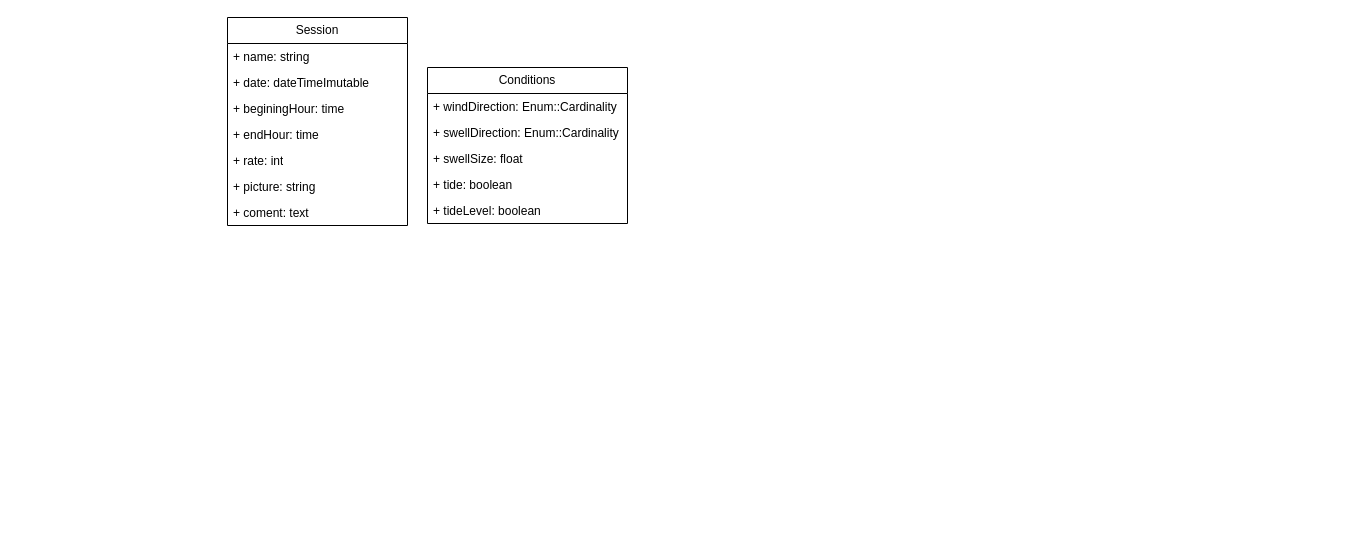
Before: docs/diagrams/diagrammeMCV.drawio in AlexPapail/ride_the_best, a draw.io diagram. Source tidied: cells renumbered, new cells numbered last; positions are measured from the earlier drawing's top-left corner, leaving out a move shared by most shapes. Both pictures are drawn from the tidied source at 100%, with x=0, y=0 at pixel (227, 17).
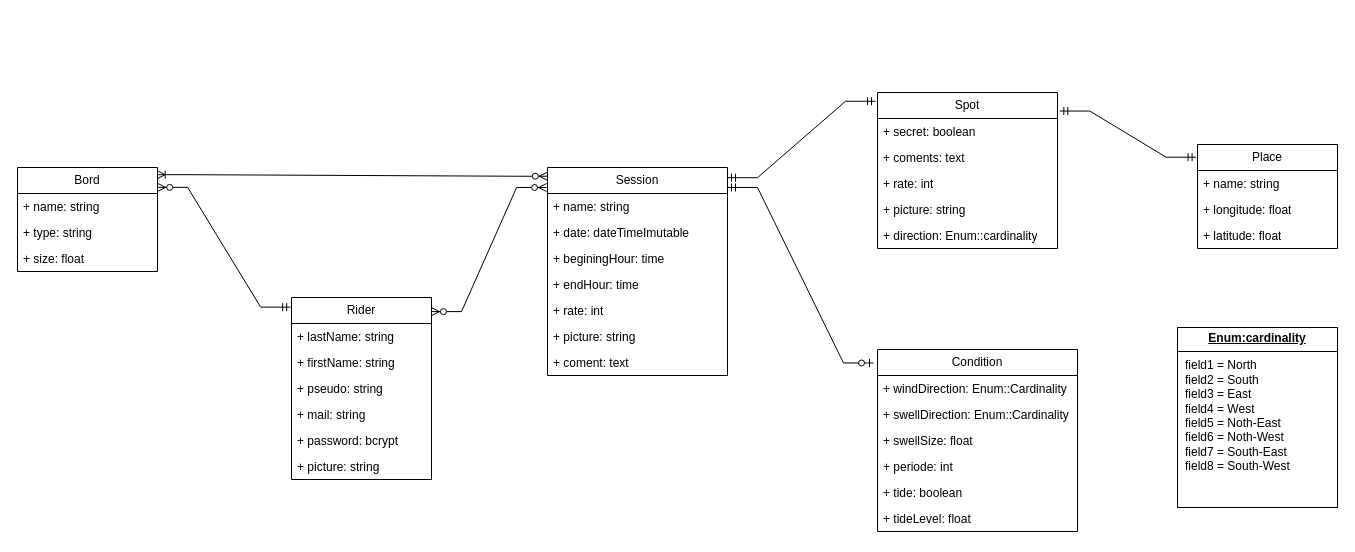
The same diagram, later.

Commit message:
Mettre à jour diagrammeMCV.drawio

Change to the diagram source:
```diff
@@
     <mxCell id="2" value="Session" style="swimlane;fontStyle=0;horizontal=1;startSize=26;fillColor=none;whiteSpace=wrap;html=1;" parent="1" vertex="1">
-      <mxGeometry width="180" height="208" as="geometry" />
+      <mxGeometry x="320" y="150" width="180" height="208" as="geometry" />
     </mxCell>
@@
-    <mxCell id="10" value="Conditions" style="swimlane;fontStyle=0;horizontal=1;startSize=26;fillColor=none;whiteSpace=wrap;html=1;" parent="1" vertex="1">
-      <mxGeometry x="200" y="50" width="200" height="156" as="geometry" />
+    <mxCell id="10" value="Condition" style="swimlane;fontStyle=0;horizontal=1;startSize=26;fillColor=none;whiteSpace=wrap;html=1;" parent="1" vertex="1">
+      <mxGeometry x="650" y="332" width="200" height="182" as="geometry" />
     </mxCell>
@@
+    <mxCell id="15" value="+ periode: int" style="text;strokeColor=none;fillColor=none;align=left;verticalAlign=top;spacingLeft=4;spacingRight=4;overflow=hidden;whiteSpace=wrap;html=1;" parent="10" vertex="1">
+      <mxGeometry y="104" width="200" height="26" as="geometry" />
+    </mxCell>
     <mxCell id="14" value="+ tide: boolean" style="text;strokeColor=none;fillColor=none;align=left;verticalAlign=top;spacingLeft=4;spacingRight=4;overflow=hidden;whiteSpace=wrap;html=1;" parent="10" vertex="1">
-      <mxGeometry y="104" width="200" height="26" as="geometry" />
+      <mxGeometry y="130" width="200" height="26" as="geometry" />
     </mxCell>
-    <mxCell id="15" value="+ tideLevel: boolean" style="text;strokeColor=none;fillColor=none;align=left;verticalAlign=top;spacingLeft=4;spacingRight=4;overflow=hidden;whiteSpace=wrap;html=1;" parent="10" vertex="1">
-      <mxGeometry y="130" width="200" height="26" as="geometry" />
-    </mxCell>
+    <mxCell id="16" value="+ tideLevel: float" style="text;strokeColor=none;fillColor=none;align=left;verticalAlign=top;spacingLeft=4;spacingRight=4;overflow=hidden;whiteSpace=wrap;html=1;" parent="10" vertex="1">
+      <mxGeometry y="156" width="200" height="26" as="geometry" />
+    </mxCell>
+    <mxCell id="17" value="Rider" style="swimlane;fontStyle=0;horizontal=1;startSize=26;fillColor=none;whiteSpace=wrap;html=1;" parent="1" vertex="1">
+      <mxGeometry x="64" y="280" width="140" height="182" as="geometry" />
+    </mxCell>
+    <mxCell id="18" style="edgeStyle=entityRelationEdgeStyle;fontSize=12;html=1;endArrow=ERzeroToMany;endFill=1;startArrow=ERzeroToMany;rounded=0;exitX=1.008;exitY=0.092;exitDx=0;exitDy=0;entryX=0.001;entryY=0.109;entryDx=0;entryDy=0;entryPerimeter=0;exitPerimeter=0;" parent="17" edge="1">
+      <mxGeometry relative="1" as="geometry">
+        <mxPoint x="140" y="14.1" as="sourcePoint" />
+        <mxPoint x="255.1" y="-110" as="targetPoint" />
+      </mxGeometry>
+    </mxCell>
+    <mxCell id="19" value="+ lastName: string" style="text;strokeColor=none;fillColor=none;align=left;verticalAlign=top;spacingLeft=4;spacingRight=4;overflow=hidden;whiteSpace=wrap;html=1;" parent="17" vertex="1">
+      <mxGeometry y="26" width="140" height="26" as="geometry" />
+    </mxCell>
+    <mxCell id="20" value="+ firstName: string" style="text;strokeColor=none;fillColor=none;align=left;verticalAlign=top;spacingLeft=4;spacingRight=4;overflow=hidden;whiteSpace=wrap;html=1;" parent="17" vertex="1">
+      <mxGeometry y="52" width="140" height="26" as="geometry" />
+    </mxCell>
+    <mxCell id="21" value="+ pseudo: string" style="text;strokeColor=none;fillColor=none;align=left;verticalAlign=top;spacingLeft=4;spacingRight=4;overflow=hidden;whiteSpace=wrap;html=1;" parent="17" vertex="1">
+      <mxGeometry y="78" width="140" height="26" as="geometry" />
+    </mxCell>
+    <mxCell id="22" value="+ mail: string" style="text;strokeColor=none;fillColor=none;align=left;verticalAlign=top;spacingLeft=4;spacingRight=4;overflow=hidden;whiteSpace=wrap;html=1;" parent="17" vertex="1">
+      <mxGeometry y="104" width="140" height="26" as="geometry" />
+    </mxCell>
+    <mxCell id="23" value="+ password: bcrypt" style="text;strokeColor=none;fillColor=none;align=left;verticalAlign=top;spacingLeft=4;spacingRight=4;overflow=hidden;whiteSpace=wrap;html=1;" parent="17" vertex="1">
+      <mxGeometry y="130" width="140" height="26" as="geometry" />
+    </mxCell>
+    <mxCell id="24" value="+ picture: string" style="text;strokeColor=none;fillColor=none;align=left;verticalAlign=top;spacingLeft=4;spacingRight=4;overflow=hidden;whiteSpace=wrap;html=1;" parent="17" vertex="1">
+      <mxGeometry y="156" width="140" height="26" as="geometry" />
+    </mxCell>
+    <mxCell id="25" value="Bord" style="swimlane;fontStyle=0;horizontal=1;startSize=26;fillColor=none;whiteSpace=wrap;html=1;" parent="1" vertex="1">
+      <mxGeometry x="-210" y="150" width="140" height="104" as="geometry" />
+    </mxCell>
+    <mxCell id="26" value="+ name: string" style="text;strokeColor=none;fillColor=none;align=left;verticalAlign=top;spacingLeft=4;spacingRight=4;overflow=hidden;whiteSpace=wrap;html=1;" parent="25" vertex="1">
+      <mxGeometry y="26" width="140" height="26" as="geometry" />
+    </mxCell>
+    <mxCell id="27" value="+ type: string" style="text;strokeColor=none;fillColor=none;align=left;verticalAlign=top;spacingLeft=4;spacingRight=4;overflow=hidden;whiteSpace=wrap;html=1;" parent="25" vertex="1">
+      <mxGeometry y="52" width="140" height="26" as="geometry" />
+    </mxCell>
+    <mxCell id="28" value="+ size: float" style="text;strokeColor=none;fillColor=none;align=left;verticalAlign=top;spacingLeft=4;spacingRight=4;overflow=hidden;whiteSpace=wrap;html=1;" parent="25" vertex="1">
+      <mxGeometry y="78" width="140" height="26" as="geometry" />
+    </mxCell>
+    <mxCell id="29" value="Place" style="swimlane;fontStyle=0;horizontal=1;startSize=26;fillColor=none;whiteSpace=wrap;html=1;" parent="1" vertex="1">
+      <mxGeometry x="970" y="127" width="140" height="104" as="geometry" />
+    </mxCell>
+    <mxCell id="30" value="+ name: string" style="text;strokeColor=none;fillColor=none;align=left;verticalAlign=top;spacingLeft=4;spacingRight=4;overflow=hidden;whiteSpace=wrap;html=1;" parent="29" vertex="1">
+      <mxGeometry y="26" width="140" height="26" as="geometry" />
+    </mxCell>
+    <mxCell id="31" value="+ longitude: float" style="text;strokeColor=none;fillColor=none;align=left;verticalAlign=top;spacingLeft=4;spacingRight=4;overflow=hidden;whiteSpace=wrap;html=1;" parent="29" vertex="1">
+      <mxGeometry y="52" width="140" height="26" as="geometry" />
+    </mxCell>
+    <mxCell id="32" value="+ latitude: float" style="text;strokeColor=none;fillColor=none;align=left;verticalAlign=top;spacingLeft=4;spacingRight=4;overflow=hidden;whiteSpace=wrap;html=1;" parent="29" vertex="1">
+      <mxGeometry y="78" width="140" height="26" as="geometry" />
+    </mxCell>
+    <mxCell id="33" value="Spot" style="swimlane;fontStyle=0;horizontal=1;startSize=26;fillColor=none;whiteSpace=wrap;html=1;" parent="1" vertex="1">
+      <mxGeometry x="650" y="75" width="180" height="156" as="geometry" />
+    </mxCell>
+    <mxCell id="34" value="+ secret: boolean" style="text;strokeColor=none;fillColor=none;align=left;verticalAlign=top;spacingLeft=4;spacingRight=4;overflow=hidden;whiteSpace=wrap;html=1;" parent="33" vertex="1">
+      <mxGeometry y="26" width="180" height="26" as="geometry" />
+    </mxCell>
+    <mxCell id="35" value="&lt;div&gt;+ coments: text&lt;/div&gt;" style="text;strokeColor=none;fillColor=none;align=left;verticalAlign=top;spacingLeft=4;spacingRight=4;overflow=hidden;whiteSpace=wrap;html=1;" parent="33" vertex="1">
+      <mxGeometry y="52" width="180" height="26" as="geometry" />
+    </mxCell>
+    <mxCell id="36" value="+ rate: int" style="text;strokeColor=none;fillColor=none;align=left;verticalAlign=top;spacingLeft=4;spacingRight=4;overflow=hidden;whiteSpace=wrap;html=1;" parent="33" vertex="1">
+      <mxGeometry y="78" width="180" height="26" as="geometry" />
+    </mxCell>
+    <mxCell id="37" value="+ picture: string" style="text;strokeColor=none;fillColor=none;align=left;verticalAlign=top;spacingLeft=4;spacingRight=4;overflow=hidden;whiteSpace=wrap;html=1;" parent="33" vertex="1">
+      <mxGeometry y="104" width="180" height="26" as="geometry" />
+    </mxCell>
+    <mxCell id="38" value="+ direction: Enum::cardinality" style="text;strokeColor=none;fillColor=none;align=left;verticalAlign=top;spacingLeft=4;spacingRight=4;overflow=hidden;whiteSpace=wrap;html=1;" parent="33" vertex="1">
+      <mxGeometry y="130" width="180" height="26" as="geometry" />
+    </mxCell>
+    <mxCell id="39" value="&lt;p style=&quot;margin: 4px 0px 0px; text-align: center; text-decoration: underline;&quot;&gt;&lt;b&gt;Enum:cardinality&lt;/b&gt;&lt;/p&gt;&lt;hr size=&quot;1&quot; style=&quot;border-style:solid;&quot;&gt;&lt;p style=&quot;margin:0px;margin-left:8px;&quot;&gt;field1 = North&lt;br&gt;field2 = South&lt;/p&gt;&lt;p style=&quot;margin:0px;margin-left:8px;&quot;&gt;field3 = East&lt;/p&gt;&lt;p style=&quot;margin:0px;margin-left:8px;&quot;&gt;field4 = West&lt;/p&gt;&lt;p style=&quot;margin:0px;margin-left:8px;&quot;&gt;field5 = Noth-East&lt;/p&gt;&lt;p style=&quot;margin:0px;margin-left:8px;&quot;&gt;field6 = Noth-West&lt;/p&gt;&lt;p style=&quot;margin:0px;margin-left:8px;&quot;&gt;field7 = South-East&lt;/p&gt;&lt;p style=&quot;margin:0px;margin-left:8px;&quot;&gt;field8 = South-West&lt;/p&gt;" style="verticalAlign=top;align=left;overflow=fill;html=1;whiteSpace=wrap;" parent="1" vertex="1">
+      <mxGeometry x="950" y="310" width="160" height="180" as="geometry" />
+    </mxCell>
+    <mxCell id="40" style="edgeStyle=entityRelationEdgeStyle;fontSize=12;html=1;endArrow=ERzeroToMany;startArrow=ERmandOne;rounded=0;entryX=1.001;entryY=0.191;entryDx=0;entryDy=0;entryPerimeter=0;exitX=-0.006;exitY=0.053;exitDx=0;exitDy=0;exitPerimeter=0;" parent="1" edge="1" source="17" target="25">
+      <mxGeometry relative="1" as="geometry" />
+    </mxCell>
+    <mxCell id="41" style="edgeStyle=entityRelationEdgeStyle;fontSize=12;html=1;endArrow=ERmandOne;startArrow=ERmandOne;rounded=0;entryX=-0.011;entryY=0.056;entryDx=0;entryDy=0;entryPerimeter=0;exitX=1;exitY=0.049;exitDx=0;exitDy=0;exitPerimeter=0;" parent="1" edge="1" source="2" target="33">
+      <mxGeometry relative="1" as="geometry" />
+    </mxCell>
+    <mxCell id="42" style="edgeStyle=entityRelationEdgeStyle;fontSize=12;html=1;endArrow=ERmandOne;startArrow=ERmandOne;rounded=0;entryX=-0.01;entryY=0.122;entryDx=0;entryDy=0;entryPerimeter=0;exitX=1.013;exitY=0.119;exitDx=0;exitDy=0;exitPerimeter=0;" parent="1" edge="1" source="33" target="29">
+      <mxGeometry relative="1" as="geometry" />
+    </mxCell>
+    <mxCell id="43" style="edgeStyle=entityRelationEdgeStyle;fontSize=12;html=1;endArrow=ERzeroToOne;startArrow=ERmandOne;rounded=0;entryX=-0.02;entryY=0.074;entryDx=0;entryDy=0;entryPerimeter=0;exitX=1;exitY=0.096;exitDx=0;exitDy=0;exitPerimeter=0;" parent="1" edge="1" source="2" target="10">
+      <mxGeometry relative="1" as="geometry" />
+    </mxCell>
+    <mxCell id="44" style="edgeStyle=entityRelationEdgeStyle;fontSize=12;html=1;endArrow=ERoneToMany;startArrow=ERzeroToMany;rounded=0;entryX=0.998;entryY=0.069;entryDx=0;entryDy=0;entryPerimeter=0;exitX=-0.001;exitY=0.042;exitDx=0;exitDy=0;exitPerimeter=0;" parent="1" edge="1" source="2" target="25">
+      <mxGeometry relative="1" as="geometry" />
+    </mxCell>
```
